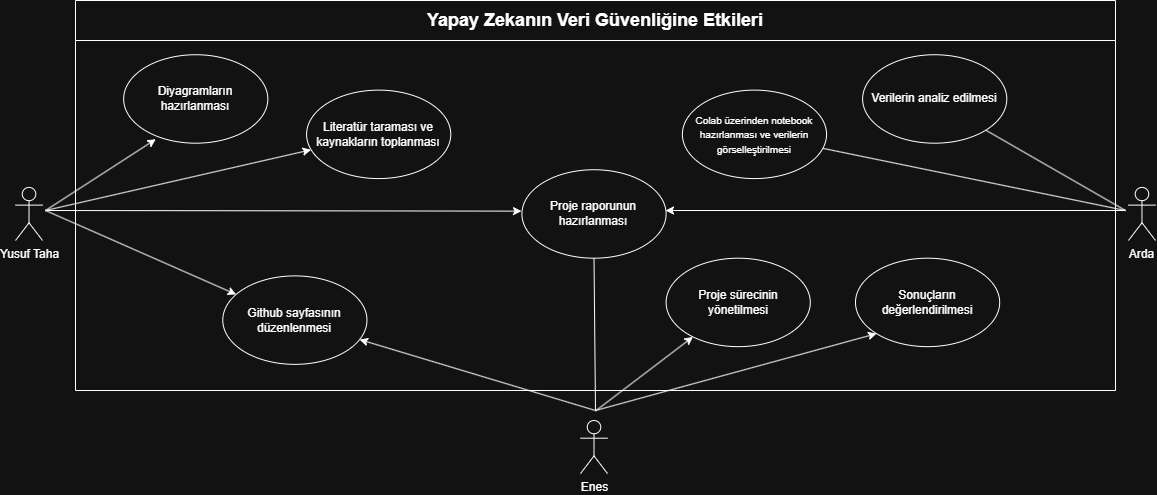
This is uml/gorevler_usecase-diagram.png from ytelmas/Yapay-Zekanin-Veri-Guvenligine-Etkileri, a draw.io export, as it was before one commit. Source tidied: cells renumbered, new cells last; positions are measured from the earlier drawing's top-left corner, leaving out a move shared by most shapes.
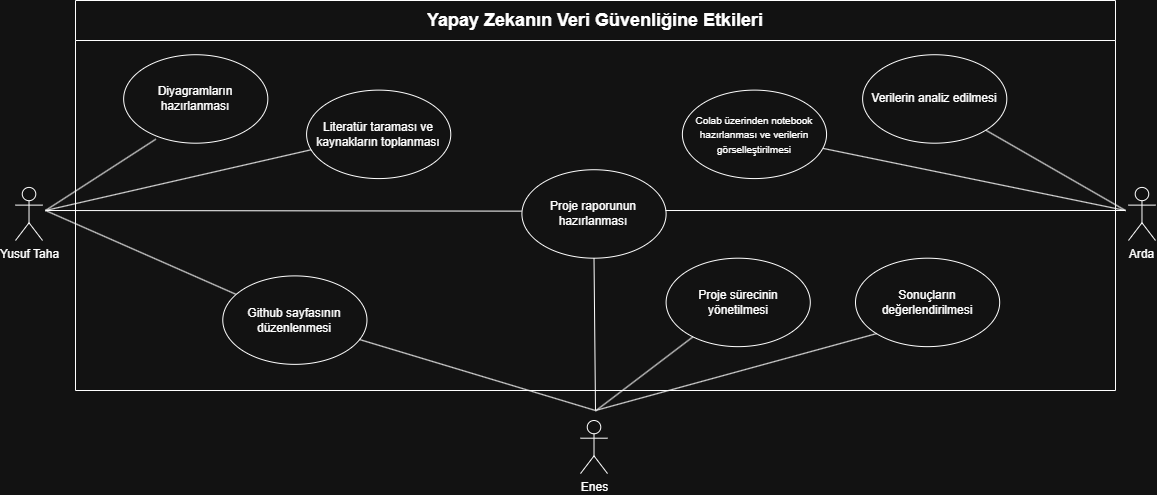
The same file after the commit.

Commit message:
görevler use case diyagramı tekrar düzenlendi

Diff of the diagram source:
```diff
@@ -2,7 +2,7 @@
   <root>
     <mxCell id="0" />
     <mxCell id="1" value="görevler" parent="0" />
-    <mxCell id="2" style="edgeStyle=none;rounded=0;jettySize=auto;html=1;defaultLabelBackgroundColor=page;" parent="1" edge="1" target="10">
+    <mxCell id="2" style="edgeStyle=none;rounded=0;jettySize=auto;html=1;defaultLabelBackgroundColor=page;endArrow=none;endFill=0;" parent="1" edge="1" target="10">
       <mxGeometry relative="1" as="geometry">
         <mxPoint x="30" y="210" as="sourcePoint" />
       </mxGeometry>
@@ -50,7 +50,7 @@
     <mxCell id="15" value="Sonuçların değerlendirilmesi" style="ellipse;whiteSpace=wrap;html=1;" parent="1" vertex="1">
       <mxGeometry x="840" y="257.7" width="144.2" height="88.5" as="geometry" />
     </mxCell>
-    <mxCell id="16" style="edgeStyle=none;jettySize=auto;html=1;rounded=0;defaultLabelBackgroundColor=page;entryX=0;entryY=1;entryDx=0;entryDy=0;" parent="1" edge="1" target="15">
+    <mxCell id="16" style="edgeStyle=none;jettySize=auto;html=1;rounded=0;defaultLabelBackgroundColor=page;entryX=0;entryY=1;entryDx=0;entryDy=0;endArrow=none;endFill=0;" parent="1" edge="1" target="15">
       <mxGeometry relative="1" as="geometry">
         <mxPoint x="580" y="410" as="sourcePoint" />
       </mxGeometry>
@@ -60,32 +60,32 @@
         <mxPoint x="580" y="410" as="sourcePoint" />
       </mxGeometry>
     </mxCell>
-    <mxCell id="18" style="edgeStyle=none;jettySize=auto;html=1;rounded=0;defaultLabelBackgroundColor=page;" parent="1" edge="1" target="11">
+    <mxCell id="18" style="edgeStyle=none;jettySize=auto;html=1;rounded=0;defaultLabelBackgroundColor=page;endArrow=none;endFill=0;" parent="1" edge="1" target="11">
       <mxGeometry relative="1" as="geometry">
         <mxPoint x="580.6" y="410" as="sourcePoint" />
       </mxGeometry>
     </mxCell>
-    <mxCell id="19" style="edgeStyle=none;jettySize=auto;html=1;rounded=0;defaultLabelBackgroundColor=page;" parent="1" edge="1" target="10">
+    <mxCell id="19" style="edgeStyle=none;jettySize=auto;html=1;rounded=0;defaultLabelBackgroundColor=page;endArrow=none;endFill=0;" parent="1" edge="1" target="10">
       <mxGeometry relative="1" as="geometry">
         <mxPoint x="580" y="410" as="sourcePoint" />
       </mxGeometry>
     </mxCell>
-    <mxCell id="20" style="edgeStyle=none;jettySize=auto;html=1;rounded=0;defaultLabelBackgroundColor=page;entryX=0.223;entryY=0.955;entryDx=0;entryDy=0;entryPerimeter=0;" parent="1" edge="1" target="13">
+    <mxCell id="20" style="edgeStyle=none;jettySize=auto;html=1;rounded=0;defaultLabelBackgroundColor=page;entryX=0.223;entryY=0.955;entryDx=0;entryDy=0;entryPerimeter=0;endArrow=none;endFill=0;" parent="1" edge="1" target="13">
       <mxGeometry relative="1" as="geometry">
         <mxPoint x="30" y="210" as="sourcePoint" />
       </mxGeometry>
     </mxCell>
-    <mxCell id="21" style="edgeStyle=none;jettySize=auto;html=1;rounded=0;defaultLabelBackgroundColor=page;" parent="1" edge="1" target="8">
+    <mxCell id="21" style="edgeStyle=none;jettySize=auto;html=1;rounded=0;defaultLabelBackgroundColor=page;endArrow=none;endFill=0;" parent="1" edge="1" target="8">
       <mxGeometry relative="1" as="geometry">
         <mxPoint x="30" y="210" as="sourcePoint" />
       </mxGeometry>
     </mxCell>
-    <mxCell id="22" style="edgeStyle=none;jettySize=auto;html=1;rounded=0;defaultLabelBackgroundColor=page;labelPadding=0 4;entryX=-0.003;entryY=0.468;entryDx=0;entryDy=0;entryPerimeter=0;" parent="1" edge="1" target="12">
+    <mxCell id="22" style="edgeStyle=none;jettySize=auto;html=1;rounded=0;defaultLabelBackgroundColor=page;labelPadding=0 4;entryX=-0.003;entryY=0.468;entryDx=0;entryDy=0;entryPerimeter=0;endArrow=none;endFill=0;" parent="1" edge="1" target="12">
       <mxGeometry relative="1" as="geometry">
         <mxPoint x="30" y="210" as="sourcePoint" />
       </mxGeometry>
     </mxCell>
-    <mxCell id="23" style="edgeStyle=none;jettySize=auto;html=1;rounded=0;defaultLabelBackgroundColor=page;labelPadding=0 4;entryX=0.996;entryY=0.461;entryDx=0;entryDy=0;entryPerimeter=0;" parent="1" edge="1" target="12">
+    <mxCell id="23" style="edgeStyle=none;jettySize=auto;html=1;rounded=0;defaultLabelBackgroundColor=page;labelPadding=0 4;entryX=0.996;entryY=0.461;entryDx=0;entryDy=0;entryPerimeter=0;endArrow=none;endFill=0;" parent="1" edge="1" target="12">
       <mxGeometry relative="1" as="geometry">
         <mxPoint x="1110" y="210" as="sourcePoint" />
       </mxGeometry>
```
